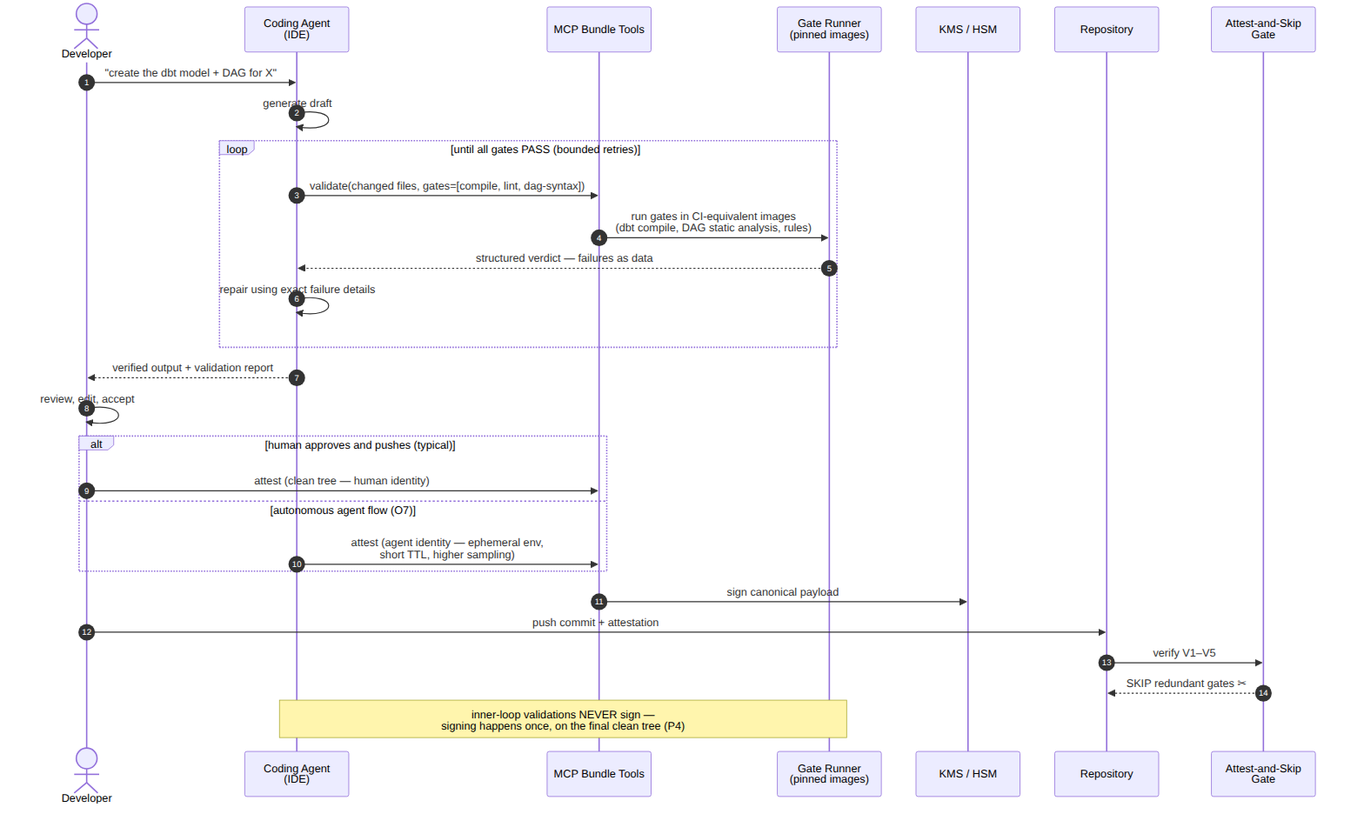
This is diagrams/agent-loop-sequence.png from JackCid89/proof-carrying-pipelines, a Mermaid export, as it was before one commit. Its source is kept beside it as diagrams/agent-loop-sequence.mmd. Source of this version:
```mermaid
sequenceDiagram
    autonumber
    actor U as Developer
    participant A as Coding Agent<br/>(IDE)
    participant M as MCP Bundle Tools
    participant G as Gate Runner<br/>(pinned images)
    participant K as KMS / HSM
    participant R as Repository
    participant V as Attest-and-Skip<br/>Gate

    U->>A: "create the dbt model + DAG for X"
    A->>A: generate draft
    loop until all gates PASS (bounded retries)
        A->>M: validate(changed files, gates=[compile, lint, dag-syntax])
        M->>G: run gates in CI-equivalent images<br/>(dbt compile, DAG static analysis, rules)
        G-->>A: structured verdict — failures as data
        A->>A: repair using exact failure details
    end
    A-->>U: verified output + validation report
    U->>U: review, edit, accept
    alt human approves and pushes (typical)
        U->>M: attest (clean tree — human identity)
    else autonomous agent flow (O7)
        A->>M: attest (agent identity — ephemeral env,<br/>short TTL, higher sampling)
    end
    M->>K: sign canonical payload
    U->>R: push commit + attestation
    R->>V: verify V1–V5
    V-->>R: SKIP redundant gates ✂
    Note over A,G: inner-loop validations NEVER sign —<br/>signing happens once, on the final clean tree (P4)
```
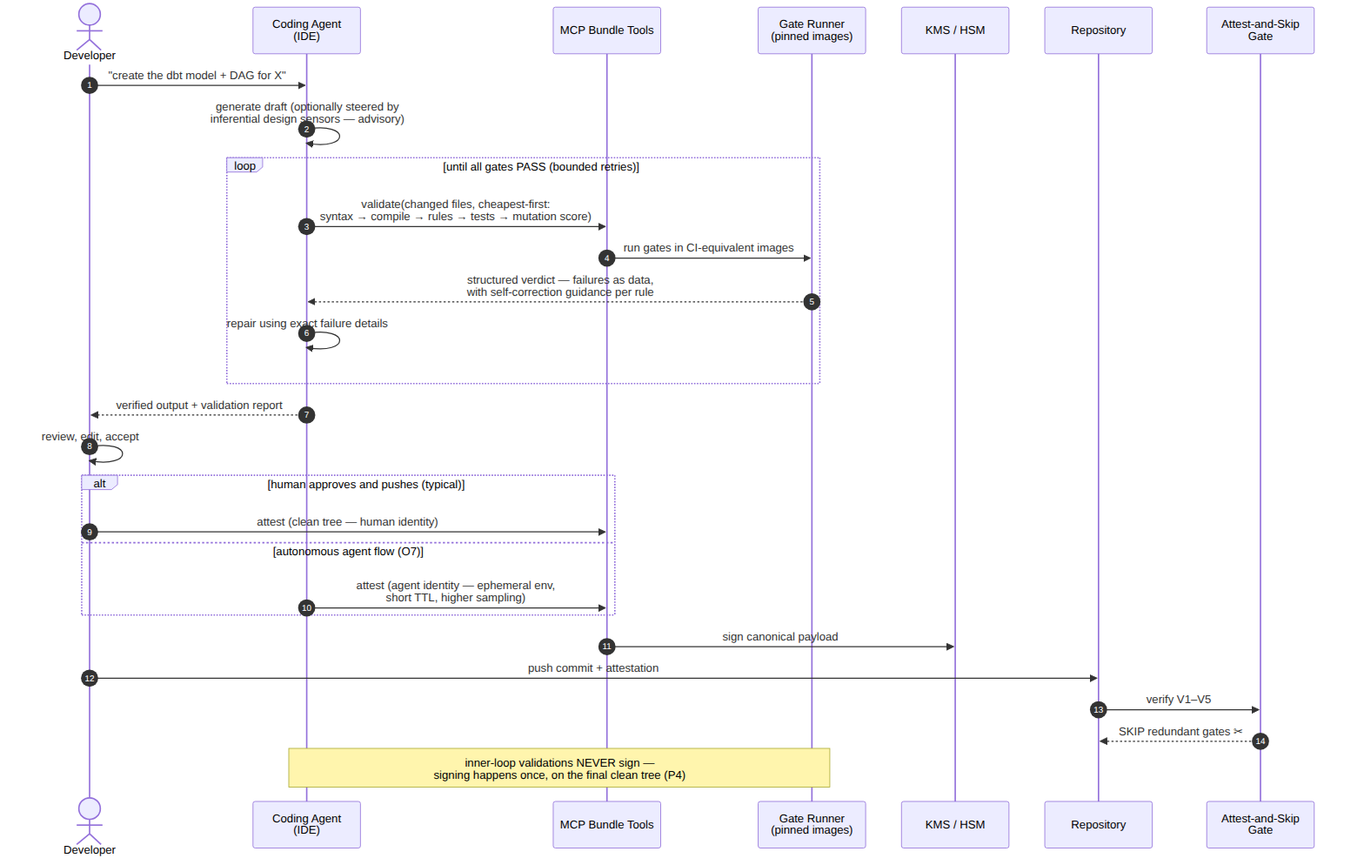
Above is the later version.

Commit message:
agent loop: Böckeler sensor framework — fidelity/integrity, mutation-score gate vs reward hacking, guidance-rich verdicts

Diff of the diagram source:
```diff
@@ -9,11 +9,11 @@
     participant V as Attest-and-Skip<br/>Gate
 
     U->>A: "create the dbt model + DAG for X"
-    A->>A: generate draft
+    A->>A: generate draft (optionally steered by<br/>inferential design sensors — advisory)
     loop until all gates PASS (bounded retries)
-        A->>M: validate(changed files, gates=[compile, lint, dag-syntax])
-        M->>G: run gates in CI-equivalent images<br/>(dbt compile, DAG static analysis, rules)
-        G-->>A: structured verdict — failures as data
+        A->>M: validate(changed files, cheapest-first:<br/>syntax → compile → rules → tests → mutation score)
+        M->>G: run gates in CI-equivalent images
+        G-->>A: structured verdict — failures as data,<br/>with self-correction guidance per rule
         A->>A: repair using exact failure details
     end
     A-->>U: verified output + validation report
```
